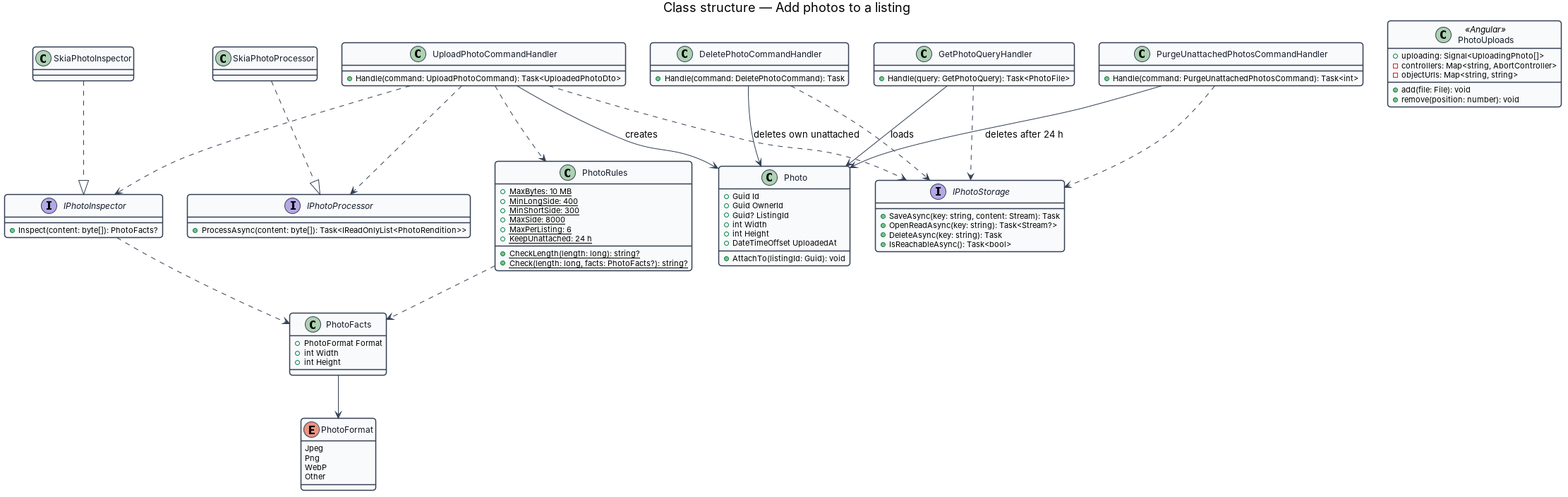
The PlantUML diagram docs/detailed-designs/post/add-photos/diagrams/class-structure.png in QuinntyneBrown/christian-rent, before a commit. Its source is kept beside it as docs/detailed-designs/post/add-photos/diagrams/class-structure.puml.
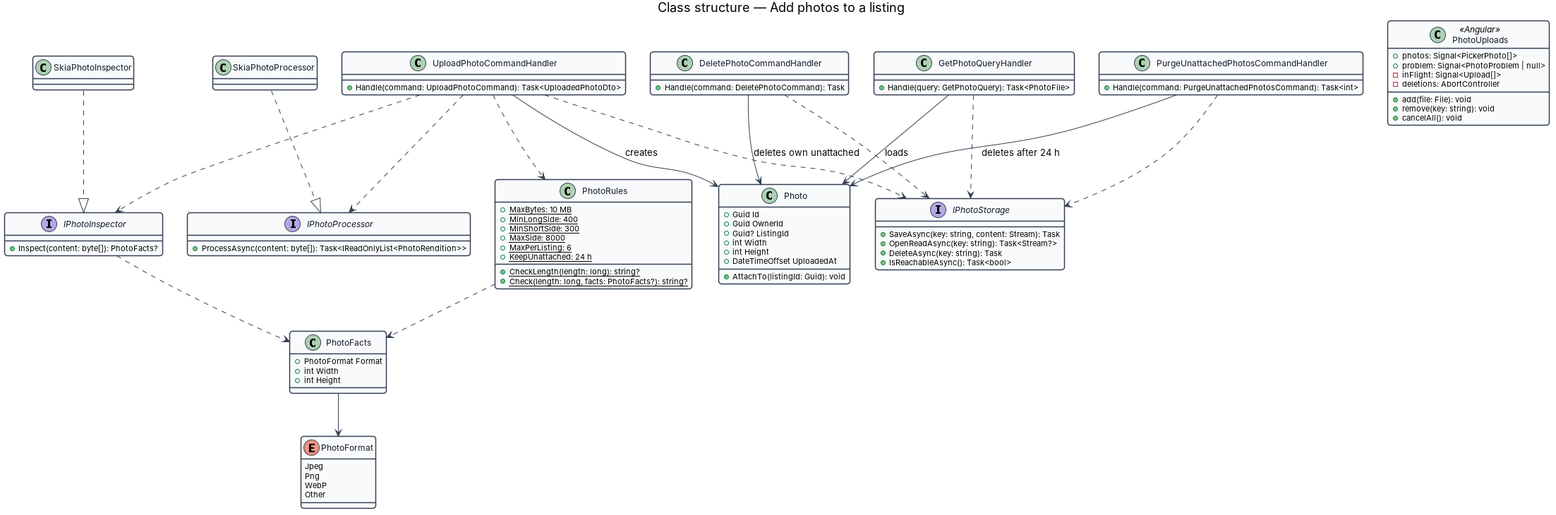
After the change.

Commit message:
Record journey 7's lessons and progress, and bring the README and the add-photos design in line

The edit, as a diff of the source:
```diff
@@ -68,11 +68,13 @@
   +Handle(query: GetPhotoQuery): Task<PhotoFile>
 }
 class PhotoUploads <<Angular>> {
-  +uploading: Signal<UploadingPhoto[]>
+  +photos: Signal<PickerPhoto[]>
+  +problem: Signal<PhotoProblem | null>
   +add(file: File): void
-  +remove(position: number): void
-  -controllers: Map<string, AbortController>
-  -objectUrls: Map<string, string>
+  +remove(key: string): void
+  +cancelAll(): void
+  -inFlight: Signal<Upload[]>
+  -deletions: AbortController
 }
 UploadPhotoCommandHandler ..> IPhotoInspector
 UploadPhotoCommandHandler ..> IPhotoProcessor
```
